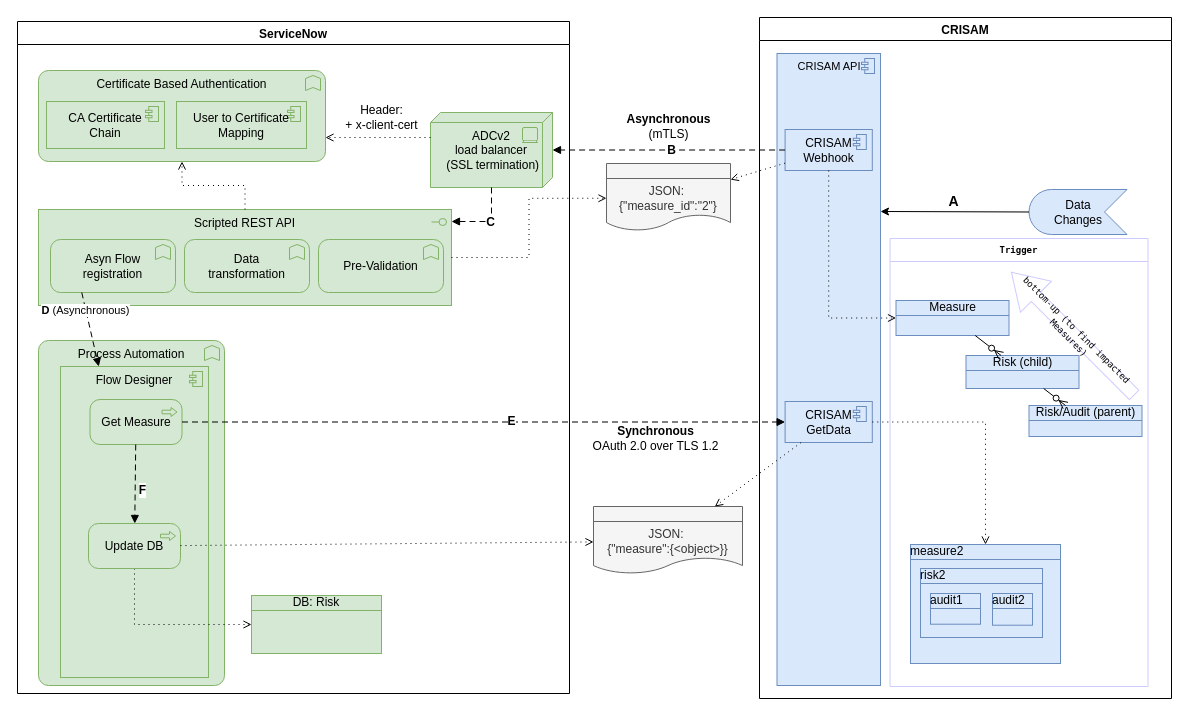
This is page "Crisam2SnMid" (14 of 16) of AldiCrisam.drawio from algimas/tmp, a draw.io file, before an edit. Source tidied: cells renumbered, new cells numbered last; positions are measured from the earlier drawing's top-left corner, leaving out a move shared by most shapes. Both pictures are drawn from the tidied source at 100%, with x=0, y=0 at pixel (17, 17).
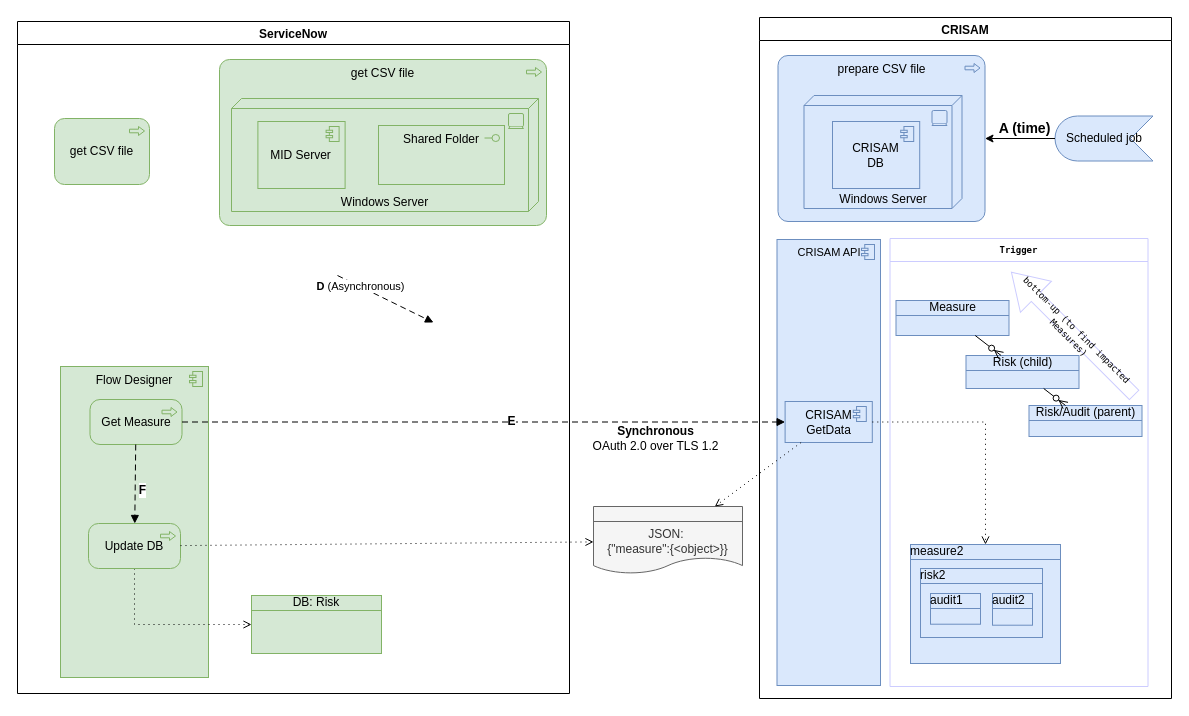
After the change.

The change refers to these unchanged cells:
```xml
<mxCell id="2" value="CRISAM" style="swimlane;" parent="1" vertex="1">
  <mxGeometry x="742" width="412" height="681" as="geometry" />
</mxCell>
<mxCell id="7" value="Measure" style="html=1;outlineConnect=0;whiteSpace=wrap;fillColor=#dae8fc;shape=mxgraph.archimate3.businessObject;overflow=fill;strokeColor=#6c8ebf;" parent="2" vertex="1">
  <mxGeometry x="136.5" y="283" width="113" height="35" as="geometry" />
</mxCell>
<mxCell id="22" value="ServiceNow" style="swimlane;" parent="1" vertex="1">
  <mxGeometry y="4" width="552" height="672" as="geometry" />
</mxCell>
<mxCell id="38" value="Flow Designer" style="html=1;outlineConnect=0;whiteSpace=wrap;fillColor=#d5e8d4;shape=mxgraph.archimate3.application;appType=comp;archiType=square;strokeColor=#82b366;verticalAlign=top;" parent="22" vertex="1">
  <mxGeometry x="43" y="345" width="148" height="311" as="geometry" />
</mxCell>
```

Change to the diagram source:
```diff
@@
-    <mxCell id="3" value="&lt;div&gt;Data &lt;br&gt;&lt;/div&gt;&lt;div&gt;Changes&lt;/div&gt;" style="html=1;outlineConnect=0;whiteSpace=wrap;fillColor=#dae8fc;shape=mxgraph.archimate3.event;direction=west;strokeColor=#6c8ebf;" parent="2" vertex="1">
-      <mxGeometry x="269.5" y="172" width="98" height="45" as="geometry" />
-    </mxCell>
@@
     <mxCell id="15" value="CRISAM API" style="html=1;outlineConnect=0;whiteSpace=wrap;fillColor=#dae8fc;shape=mxgraph.archimate3.application;appType=comp;archiType=square;strokeColor=#6c8ebf;verticalAlign=top;fontSize=11;" parent="2" vertex="1">
-      <mxGeometry x="17.5" y="36" width="103.5" height="632" as="geometry" />
+      <mxGeometry x="17.5" y="222" width="103.5" height="446" as="geometry" />
     </mxCell>
-    <mxCell id="16" value="CRISAM &lt;br&gt;Webhook" style="html=1;outlineConnect=0;whiteSpace=wrap;fillColor=#dae8fc;shape=mxgraph.archimate3.application;appType=comp;archiType=square;strokeColor=#6c8ebf;verticalAlign=middle;" parent="2" vertex="1">
-      <mxGeometry x="25.6" y="112" width="87.2" height="41" as="geometry" />
-    </mxCell>
-    <mxCell id="17" style="edgeStyle=none;rounded=0;jettySize=auto;html=1;fillColor=#80b6a1;exitX=1;exitY=0.5;exitDx=0;exitDy=0;exitPerimeter=0;entryX=1;entryY=0.25;entryDx=0;entryDy=0;entryPerimeter=0;" parent="2" edge="1" source="3" target="15">
-      <mxGeometry relative="1" as="geometry" />
-    </mxCell>
-    <mxCell id="18" value="&lt;font style=&quot;font-size: 14px&quot;&gt;&lt;b&gt;A&lt;/b&gt;&lt;/font&gt;" style="edgeLabel;html=1;align=center;verticalAlign=middle;fillColor=#80b6a1;" parent="17" vertex="1">
-      <mxGeometry x="0.14" relative="1" as="geometry">
-        <mxPoint x="9" y="-11" as="offset" />
-      </mxGeometry>
-    </mxCell>
@@
-    <mxCell id="20" style="edgeStyle=orthogonalEdgeStyle;html=1;endArrow=open;elbow=vertical;endFill=0;dashed=1;dashPattern=1 4;rounded=0;fillColor=#00b9f2;exitX=0.5;exitY=1;exitDx=0;exitDy=0;exitPerimeter=0;entryX=0;entryY=0.5;entryDx=0;entryDy=0;entryPerimeter=0;" parent="2" edge="1" source="16" target="7">
-      <mxGeometry relative="1" as="geometry" />
-    </mxCell>
@@
+    <mxCell id="57" value="prepare CSV file" style="html=1;outlineConnect=0;whiteSpace=wrap;fillColor=#dae8fc;shape=mxgraph.archimate3.application;appType=proc;archiType=rounded;strokeColor=#6c8ebf;verticalAlign=top;" parent="2" vertex="1">
+      <mxGeometry x="18.5" y="38" width="207" height="166" as="geometry" />
+    </mxCell>
+    <mxCell id="58" value="&lt;div&gt;&lt;span style=&quot;background-color: initial;&quot;&gt;Scheduled job&lt;/span&gt;&lt;br&gt;&lt;/div&gt;" style="html=1;outlineConnect=0;whiteSpace=wrap;fillColor=#dae8fc;shape=mxgraph.archimate3.event;direction=west;strokeColor=#6c8ebf;" parent="2" vertex="1">
+      <mxGeometry x="295.5" y="98.5" width="98" height="45" as="geometry" />
+    </mxCell>
+    <mxCell id="59" style="edgeStyle=none;rounded=0;jettySize=auto;html=1;fillColor=#80b6a1;" parent="2" edge="1" source="58" target="57">
+      <mxGeometry relative="1" as="geometry" />
+    </mxCell>
+    <mxCell id="60" value="&lt;font style=&quot;font-size: 14px&quot;&gt;&lt;b&gt;A (time)&lt;/b&gt;&lt;/font&gt;" style="edgeLabel;html=1;align=center;verticalAlign=middle;fillColor=#80b6a1;" parent="59" vertex="1">
+      <mxGeometry x="0.14" relative="1" as="geometry">
+        <mxPoint x="9" y="-11" as="offset" />
+      </mxGeometry>
+    </mxCell>
+    <mxCell id="61" value="Windows Server&lt;div&gt;&lt;/div&gt;" style="html=1;whiteSpace=wrap;fillColor=#dae8fc;shape=mxgraph.archimate3.tech;techType=device;fontSize=12;strokeColor=#6c8ebf;verticalAlign=bottom;" parent="2" vertex="1">
+      <mxGeometry x="44.5" y="78" width="158" height="113" as="geometry" />
+    </mxCell>
+    <mxCell id="62" value="CRISAM &lt;br&gt;DB" style="html=1;whiteSpace=wrap;fillColor=#dae8fc;shape=mxgraph.archimate3.application;appType=comp;archiType=square;strokeColor=#6c8ebf;verticalAlign=middle;" parent="2" vertex="1">
+      <mxGeometry x="73" y="104" width="87.2" height="67" as="geometry" />
+    </mxCell>
@@
-    <mxCell id="23" value="&lt;div&gt;Scripted REST API&lt;/div&gt;" style="html=1;outlineConnect=0;whiteSpace=wrap;fillColor=#d5e8d4;shape=mxgraph.archimate3.application;appType=interface;archiType=square;strokeColor=#82b366;verticalAlign=top;" parent="22" vertex="1">
-      <mxGeometry x="21" y="188" width="413" height="96" as="geometry" />
-    </mxCell>
-    <mxCell id="24" value="&lt;div&gt;Data &lt;br&gt;&lt;/div&gt;&lt;div&gt;transformation&lt;/div&gt;" style="html=1;whiteSpace=wrap;fillColor=#d5e8d4;shape=mxgraph.archimate3.application;appType=func;archiType=rounded;strokeColor=#82b366;verticalAlign=middle;align=center;" parent="22" vertex="1">
-      <mxGeometry x="167" y="218" width="125" height="53" as="geometry" />
-    </mxCell>
-    <mxCell id="25" value="&lt;div&gt;Asyn Flow&lt;/div&gt;&lt;div&gt;registration&lt;br&gt;&lt;/div&gt;" style="html=1;outlineConnect=0;whiteSpace=wrap;fillColor=#d5e8d4;shape=mxgraph.archimate3.application;appType=func;archiType=rounded;strokeColor=#82b366;verticalAlign=middle;align=center;" parent="22" vertex="1">
-      <mxGeometry x="33" y="218" width="125" height="53" as="geometry" />
-    </mxCell>
-    <mxCell id="26" value="Pre-Validation" style="html=1;whiteSpace=wrap;fillColor=#d5e8d4;shape=mxgraph.archimate3.application;appType=func;archiType=rounded;strokeColor=#82b366;verticalAlign=middle;align=center;" parent="22" vertex="1">
-      <mxGeometry x="301" y="218" width="125" height="53" as="geometry" />
-    </mxCell>
-    <mxCell id="27" value="&lt;span id=&quot;hs_cos_wrapper_post_body&quot; class=&quot;hs_cos_wrapper hs_cos_wrapper_meta_field hs_cos_wrapper_type_rich_text&quot;&gt;Process Automation&lt;/span&gt;" style="html=1;whiteSpace=wrap;fillColor=#d5e8d4;shape=mxgraph.archimate3.application;appType=func;archiType=rounded;verticalAlign=top;strokeColor=#82b366;" parent="22" vertex="1">
-      <mxGeometry x="21" y="319" width="186" height="345" as="geometry" />
-    </mxCell>
-    <mxCell id="28" value="&lt;div&gt;&lt;span class=&quot;ng-scope&quot;&gt;&lt;span class=&quot;ng-scope&quot;&gt;&lt;span id=&quot;section_tab.d582dcb0c3310200b0449f2974d3aebd&quot;&gt;&lt;span id=&quot;section-d582dcb0c3310200b0449f2974d3aebd&quot;&gt;ADCv2 &lt;br&gt;&lt;/span&gt;&lt;/span&gt;&lt;/span&gt;&lt;/span&gt;&lt;/div&gt;&lt;div&gt;&lt;span class=&quot;ng-scope&quot;&gt;&lt;span class=&quot;ng-scope&quot;&gt;&lt;span id=&quot;section_tab.d582dcb0c3310200b0449f2974d3aebd&quot;&gt;&lt;span id=&quot;section-d582dcb0c3310200b0449f2974d3aebd&quot;&gt;load balancer&lt;/span&gt;&lt;/span&gt;&lt;/span&gt;&lt;/span&gt;&lt;/div&gt;&amp;nbsp;(SSL termination)" style="html=1;outlineConnect=0;whiteSpace=wrap;fillColor=#d5e8d4;shape=mxgraph.archimate3.tech;techType=device;fontSize=12;strokeColor=#82b366;" parent="22" vertex="1">
-      <mxGeometry x="413" y="91" width="122" height="75" as="geometry" />
-    </mxCell>
-    <mxCell id="29" value="&lt;span class=&quot;ph cmd&quot;&gt;&lt;span class=&quot;ph menucascade&quot;&gt;&lt;span class=&quot;ph uicontrol&quot;&gt;Certificate Based Authentication&lt;/span&gt;&lt;/span&gt;&lt;/span&gt;" style="html=1;outlineConnect=0;whiteSpace=wrap;fillColor=#d5e8d4;shape=mxgraph.archimate3.application;appType=func;archiType=rounded;strokeColor=#82b366;verticalAlign=top;align=center;" parent="22" vertex="1">
-      <mxGeometry x="21" y="49" width="287" height="91" as="geometry" />
-    </mxCell>
-    <mxCell id="30" value="&lt;div&gt;&lt;span class=&quot;ph cmd&quot;&gt;&lt;span class=&quot;ph menucascade&quot;&gt;&lt;span class=&quot;ph uicontrol&quot;&gt;CA Certificate&lt;/span&gt;&lt;/span&gt;&lt;/span&gt;&lt;/div&gt;&lt;div&gt;&lt;span class=&quot;ph cmd&quot;&gt;&lt;span class=&quot;ph menucascade&quot;&gt;&lt;span class=&quot;ph uicontrol&quot;&gt;Chain&lt;/span&gt;&lt;/span&gt;&lt;/span&gt;&lt;/div&gt;" style="html=1;whiteSpace=wrap;fillColor=#d5e8d4;shape=mxgraph.archimate3.application;appType=comp;archiType=square;strokeColor=#82b366;verticalAlign=middle;" parent="22" vertex="1">
-      <mxGeometry x="29" y="80" width="118" height="47" as="geometry" />
-    </mxCell>
-    <mxCell id="31" value="&lt;span class=&quot;ph cmd&quot;&gt;&lt;span class=&quot;ph menucascade&quot;&gt;&lt;span class=&quot;ph uicontrol&quot;&gt;User to Certificate Mapping&lt;/span&gt;&lt;/span&gt;&lt;/span&gt;" style="html=1;whiteSpace=wrap;fillColor=#d5e8d4;shape=mxgraph.archimate3.application;appType=comp;archiType=square;strokeColor=#82b366;verticalAlign=middle;" parent="22" vertex="1">
-      <mxGeometry x="159" y="80" width="130" height="47" as="geometry" />
-    </mxCell>
-    <mxCell id="32" value="&lt;div&gt;Header: &lt;br&gt;&lt;/div&gt;&lt;div&gt;+ x-client-cert&lt;br&gt;&lt;/div&gt;" style="text;html=1;align=center;verticalAlign=middle;strokeColor=none;fillColor=none;" parent="22" vertex="1">
-      <mxGeometry x="322.5" y="80" width="82" height="32" as="geometry" />
-    </mxCell>
-    <mxCell id="33" style="edgeStyle=elbowEdgeStyle;html=1;endArrow=block;dashed=1;elbow=vertical;endFill=1;dashPattern=6 4;rounded=0;fontSize=12;exitX=0.5;exitY=1;exitDx=0;exitDy=0;exitPerimeter=0;" parent="22" edge="1" source="28" target="23">
-      <mxGeometry relative="1" as="geometry">
-        <Array as="points">
-          <mxPoint x="466" y="200" />
-          <mxPoint x="471" y="187" />
-          <mxPoint x="347" y="114" />
-        </Array>
-      </mxGeometry>
-    </mxCell>
-    <mxCell id="34" value="&lt;b&gt;C&lt;/b&gt;" style="edgeLabel;html=1;align=center;verticalAlign=middle;fontSize=12;" parent="33" vertex="1">
-      <mxGeometry x="-0.02" relative="1" as="geometry" />
-    </mxCell>
-    <mxCell id="35" style="edgeStyle=elbowEdgeStyle;html=1;endArrow=open;elbow=vertical;endFill=0;dashed=1;dashPattern=1 4;rounded=0;fontSize=12;" parent="22" edge="1" source="28" target="29">
-      <mxGeometry relative="1" as="geometry" />
-    </mxCell>
-    <mxCell id="36" style="edgeStyle=elbowEdgeStyle;html=1;endArrow=open;elbow=vertical;endFill=0;dashed=1;dashPattern=1 4;rounded=0;fontSize=12;" parent="22" edge="1" source="23" target="29">
-      <mxGeometry relative="1" as="geometry" />
-    </mxCell>
@@
-    <mxCell id="39" value="&lt;b&gt;D&lt;/b&gt; (Asynchronous)" style="html=1;endArrow=block;dashed=1;elbow=vertical;endFill=1;dashPattern=6 4;rounded=0;exitX=0.25;exitY=1;exitDx=0;exitDy=0;exitPerimeter=0;" parent="22" edge="1" source="25" target="38">
-      <mxGeometry x="-0.52" relative="1" as="geometry" />
+    <mxCell id="39" value="&lt;b&gt;D&lt;/b&gt; (Asynchronous)" style="html=1;endArrow=block;dashed=1;elbow=vertical;endFill=1;dashPattern=6 4;rounded=0;" parent="22" edge="1">
+      <mxGeometry x="-0.52" relative="1" as="geometry">
+        <mxPoint x="320" y="254" as="sourcePoint" />
+        <mxPoint x="416" y="301" as="targetPoint" />
+      </mxGeometry>
     </mxCell>
@@
-    <mxCell id="45" style="html=1;endArrow=open;elbow=vertical;endFill=0;dashed=1;dashPattern=1 4;rounded=0;fillColor=#80b6a1;" parent="1" edge="1" source="16" target="47">
-      <mxGeometry relative="1" as="geometry" />
-    </mxCell>
-    <mxCell id="46" style="edgeStyle=orthogonalEdgeStyle;html=1;endArrow=open;elbow=vertical;endFill=0;dashed=1;dashPattern=1 4;rounded=0;fillColor=#80b6a1;entryX=0;entryY=0.5;entryDx=0;entryDy=0;entryPerimeter=0;" parent="1" edge="1" source="23" target="47">
-      <mxGeometry relative="1" as="geometry" />
-    </mxCell>
-    <mxCell id="47" value="&lt;div style=&quot;font-size: 12px;&quot;&gt;JSON:&amp;nbsp;&lt;/div&gt;&lt;div style=&quot;font-size: 12px;&quot;&gt;{&quot;measure_id&quot;:&quot;2&quot;}&lt;/div&gt;" style="html=1;outlineConnect=0;whiteSpace=wrap;fillColor=#f5f5f5;shape=mxgraph.archimate3.representation;fontSize=12;align=center;strokeColor=#666666;fontColor=#333333;" parent="1" vertex="1">
-      <mxGeometry x="589" y="146" width="124" height="69.5" as="geometry" />
-    </mxCell>
-    <mxCell id="48" value="&lt;div&gt;&lt;b&gt;Asynchronous&lt;/b&gt;&lt;/div&gt;&lt;div&gt;(mTLS)&lt;br&gt;&lt;/div&gt;" style="text;html=1;align=center;verticalAlign=middle;strokeColor=none;fillColor=none;" parent="1" vertex="1">
-      <mxGeometry x="604" y="93" width="94" height="32" as="geometry" />
-    </mxCell>
-    <mxCell id="49" style="html=1;endArrow=block;dashed=1;elbow=vertical;endFill=1;dashPattern=6 4;rounded=0;fontSize=12;" parent="1" edge="1" source="16" target="28">
-      <mxGeometry relative="1" as="geometry" />
-    </mxCell>
-    <mxCell id="50" value="&lt;b&gt;B&lt;/b&gt;" style="edgeLabel;html=1;align=center;verticalAlign=middle;fontSize=12;" parent="49" vertex="1">
-      <mxGeometry x="-0.02" relative="1" as="geometry" />
-    </mxCell>
+    <mxCell id="63" value="get CSV file" style="html=1;whiteSpace=wrap;fillColor=#d5e8d4;shape=mxgraph.archimate3.application;appType=proc;archiType=rounded;strokeColor=#82b366;verticalAlign=top;" parent="22" vertex="1">
+      <mxGeometry x="202" y="38" width="327" height="166" as="geometry" />
+    </mxCell>
+    <mxCell id="64" value="Windows Server&lt;div&gt;&lt;/div&gt;" style="html=1;whiteSpace=wrap;fillColor=#d5e8d4;shape=mxgraph.archimate3.tech;techType=device;fontSize=12;strokeColor=#82b366;verticalAlign=bottom;" parent="22" vertex="1">
+      <mxGeometry x="214" y="77" width="307" height="113" as="geometry" />
+    </mxCell>
+    <mxCell id="65" value="MID Server" style="html=1;whiteSpace=wrap;fillColor=#d5e8d4;shape=mxgraph.archimate3.application;appType=comp;archiType=square;strokeColor=#82b366;verticalAlign=middle;" parent="22" vertex="1">
+      <mxGeometry x="240.4" y="100" width="87.2" height="67" as="geometry" />
+    </mxCell>
+    <mxCell id="66" value="&lt;div&gt;Shared Folder&lt;/div&gt;" style="html=1;whiteSpace=wrap;fillColor=#d5e8d4;shape=mxgraph.archimate3.application;appType=interface;archiType=square;strokeColor=#82b366;verticalAlign=top;" parent="22" vertex="1">
+      <mxGeometry x="361" y="104" width="126" height="59" as="geometry" />
+    </mxCell>
+    <mxCell id="67" value="get CSV file" style="html=1;whiteSpace=wrap;fillColor=#d5e8d4;shape=mxgraph.archimate3.application;appType=proc;archiType=rounded;strokeColor=#82b366;verticalAlign=middle;" parent="22" vertex="1">
+      <mxGeometry x="37" y="97" width="95" height="66" as="geometry" />
+    </mxCell>
```
